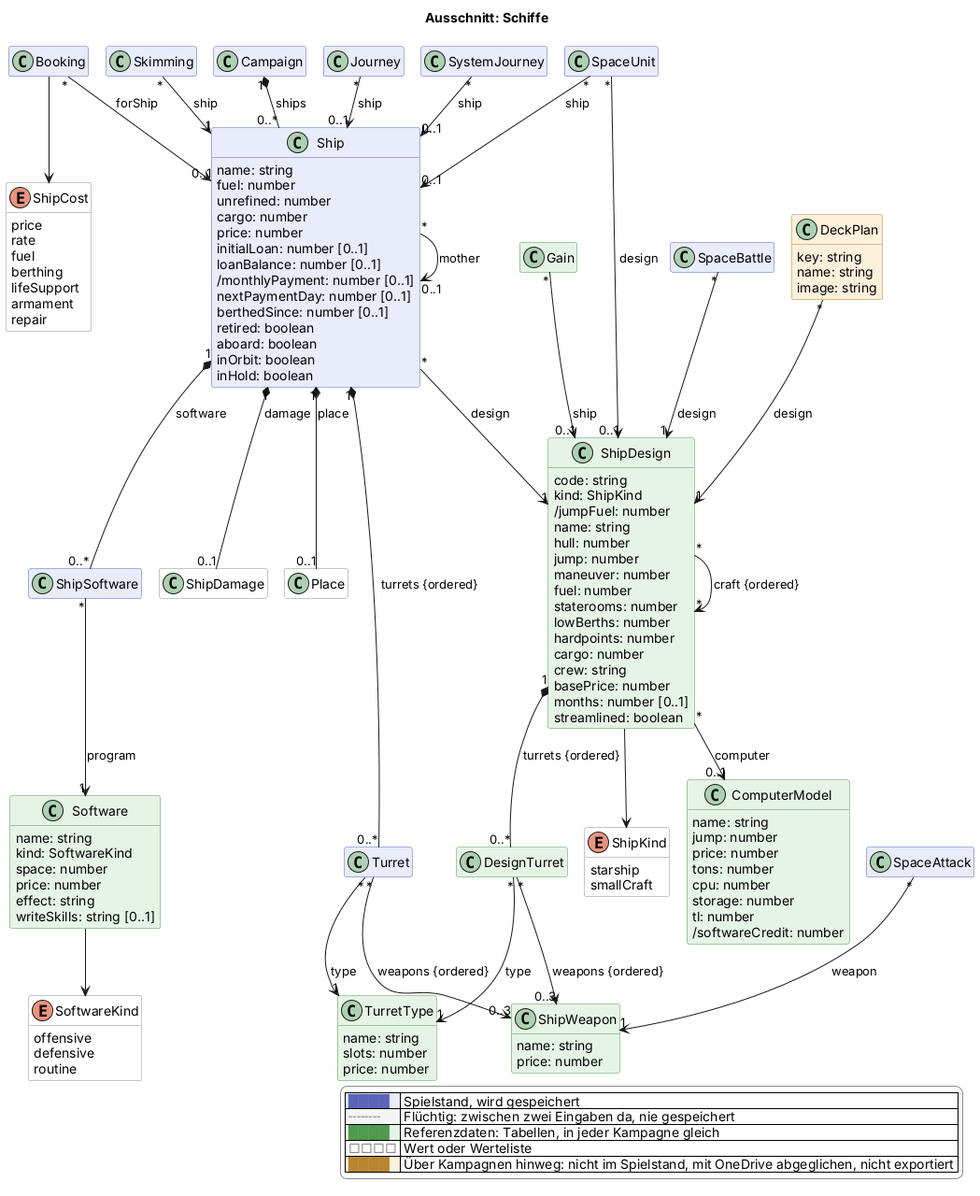
This is docs/views/schiffe.png from scuzzar/SRE, a PlantUML export, as it was before one commit.
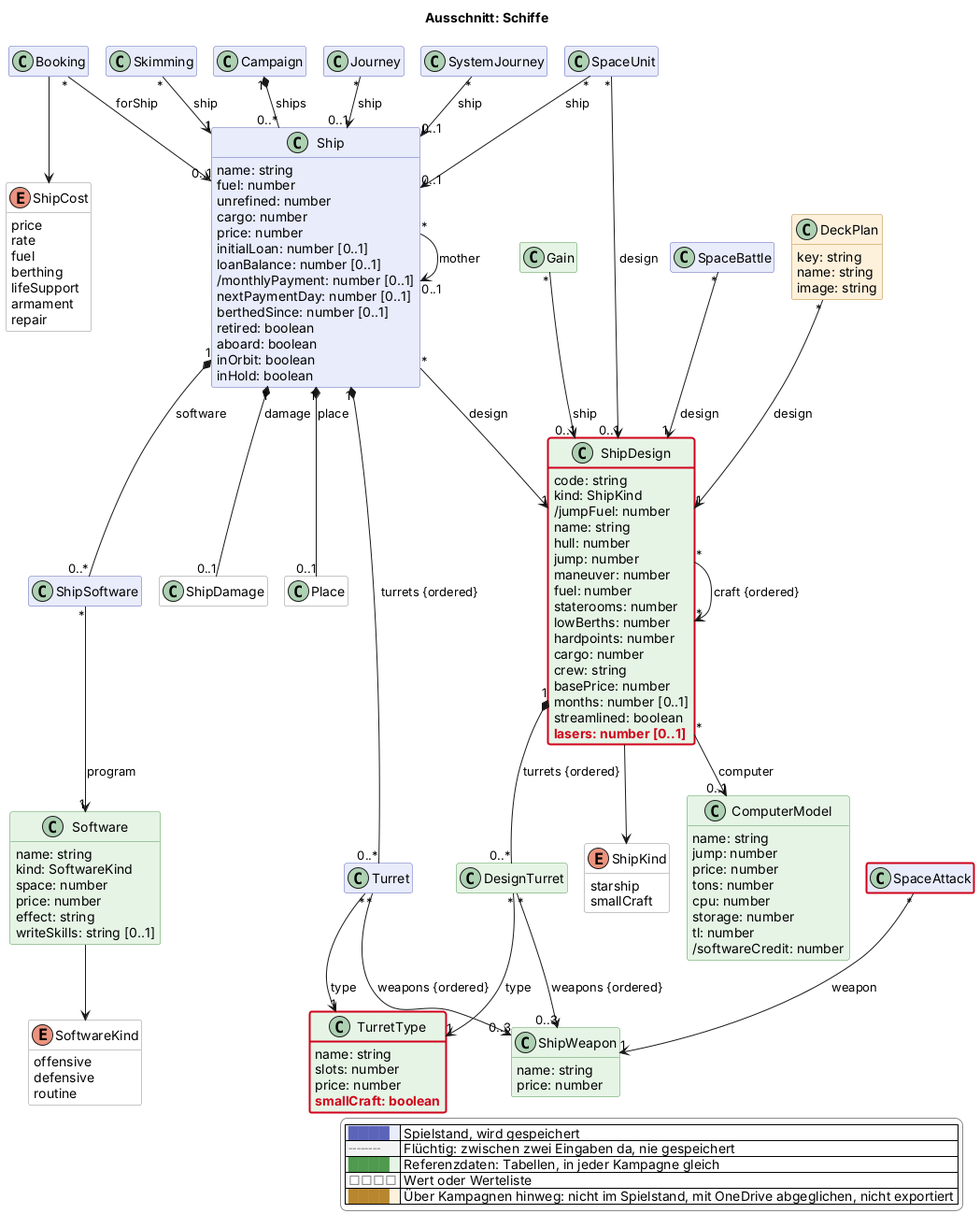
After the commit.

What changed in the source:
```diff
@@ -107,6 +107,7 @@
     name: string
     slots: number
     price: number
+    $new("2026-11-22", "smallCraft: boolean")
   }
   class ShipWeapon <<reference>> $schiffe {
     name: string
@@ -129,6 +130,7 @@
     basePrice: number
     months: number [0..1]
     streamlined: boolean
+    $new("2026-11-22", "lasers: number [0..1]")
   }
   enum ShipKind <<value>> $schiffe {
     starship
@@ -230,4 +232,7 @@
   |<#ffffff> <color:#8a8a8a>□□□□</color> | Wert oder Werteliste |
   |<#fdf1dc> <color:#b8862e>████</color> | Über Kampagnen hinweg: nicht im Spielstand, mit OneDrive abgeglichen, nicht exportiert |
 endlegend
+class TurretType #line:d0021b;line.bold
+class ShipDesign #line:d0021b;line.bold
+class SpaceAttack #line:d0021b;line.bold
 @enduml
```
